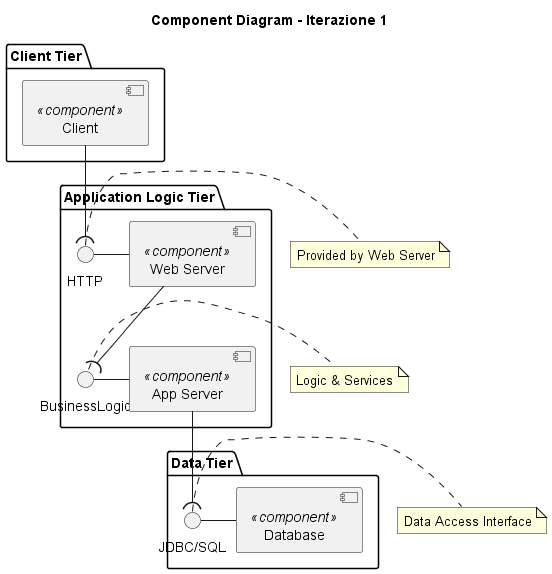
This is iterazioni/iterazione1/images/component.png from RaphacePrime/AgenticUniBG, a PlantUML export, as it was before one commit.
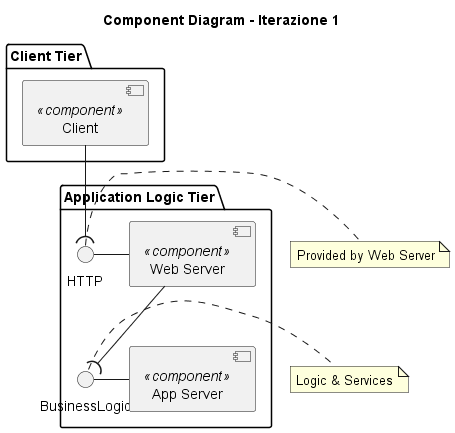
The same file after the commit.

Commit message:
fix diagrams iteration 1

What changed in the source:
```diff
@@ -15,22 +15,12 @@
     component [App Server] <<component>> as AS
 }
 
-package "Data Tier" {
-    interface "JDBC/SQL" as IDB
-    component [Database] <<component>> as DB
-}
-
 Client --( IHTTP
 IHTTP - WS
 
 WS --( IBL
 IBL - AS
-
-AS --( IDB
-IDB - DB
-
 note right of IHTTP : Provided by Web Server
 note right of IBL : Logic & Services
-note right of IDB : Data Access Interface
 
 @enduml
```
